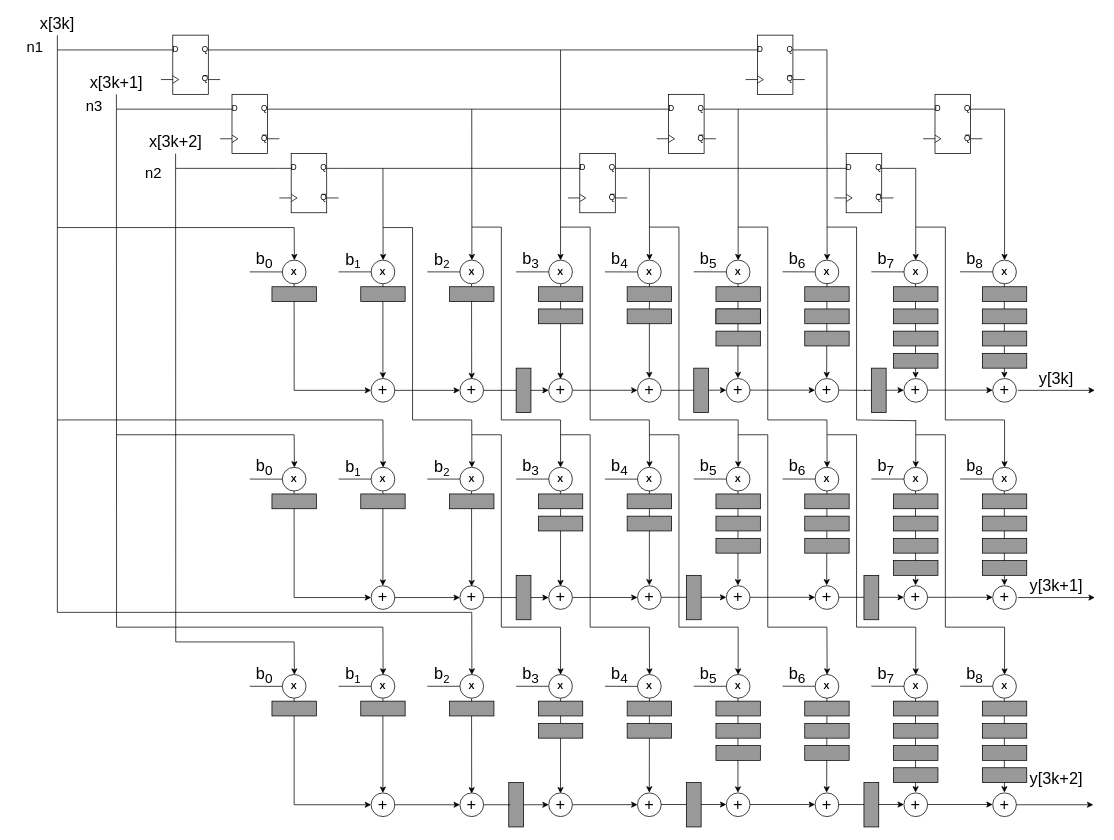
Above: page "Fir_unfolded_pipelined" (3 of 4) of LAB1/fir_filter.drawio in notogp/Labs_ISA_Group26 (draw.io), before the change. Source tidied: cells renumbered, new cells numbered last; positions are measured from the earlier drawing's top-left corner, leaving out a move shared by most shapes. Both pictures are drawn from the tidied source at 74%, with x=0, y=0 at pixel (13, 13).
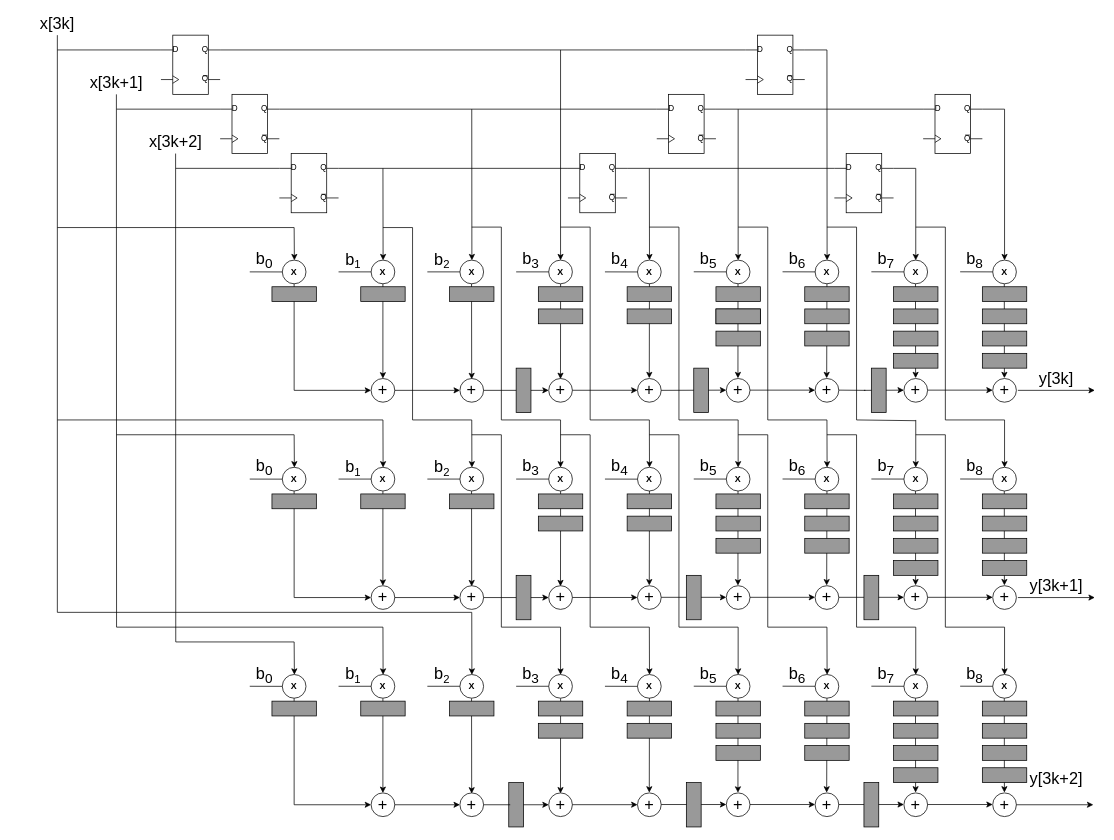
The same page after the edit.

Change to the diagram source:
```diff
@@
-    <mxCell id="341" value="&lt;font style=&quot;font-size: 20px;&quot;&gt;n1&lt;/font&gt;" style="text;html=1;strokeColor=none;fillColor=none;align=center;verticalAlign=middle;whiteSpace=wrap;rounded=0;" parent="1" vertex="1">
-      <mxGeometry y="30" width="60" height="30" as="geometry" />
-    </mxCell>
-    <mxCell id="342" value="&lt;font style=&quot;font-size: 20px;&quot;&gt;n2&lt;/font&gt;" style="text;html=1;strokeColor=none;fillColor=none;align=center;verticalAlign=middle;whiteSpace=wrap;rounded=0;" parent="1" vertex="1">
-      <mxGeometry x="160" y="200" width="60" height="30" as="geometry" />
-    </mxCell>
-    <mxCell id="343" value="&lt;font style=&quot;font-size: 20px;&quot;&gt;n3&lt;/font&gt;" style="text;html=1;strokeColor=none;fillColor=none;align=center;verticalAlign=middle;whiteSpace=wrap;rounded=0;" parent="1" vertex="1">
-      <mxGeometry x="80" y="110" width="60" height="30" as="geometry" />
-    </mxCell>
```
